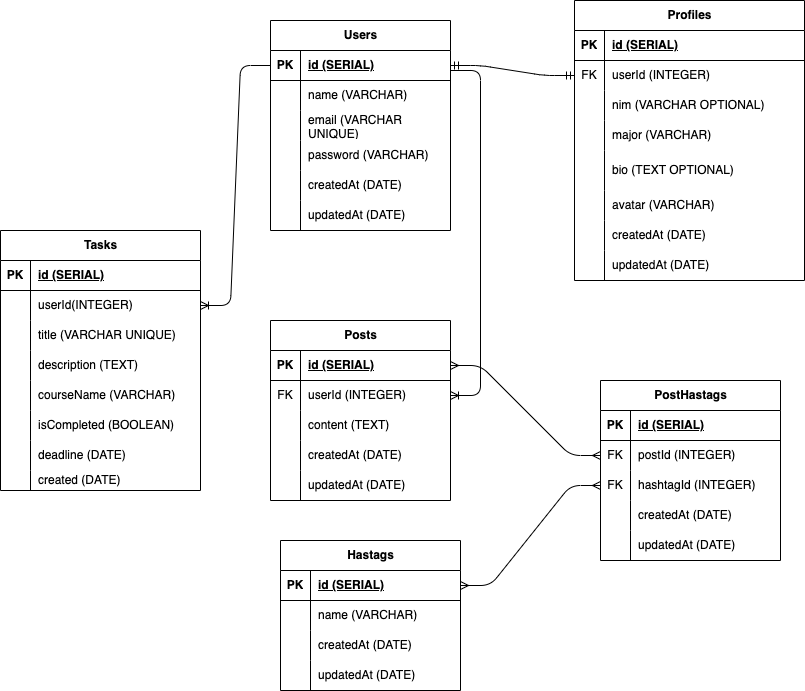
Earlier version of the draw.io export schema.drawio.png (mrusdiana/RemindEdu). Source tidied: cells renumbered, new cells last; positions are measured from the earlier drawing's top-left corner, leaving out a move shared by most shapes.
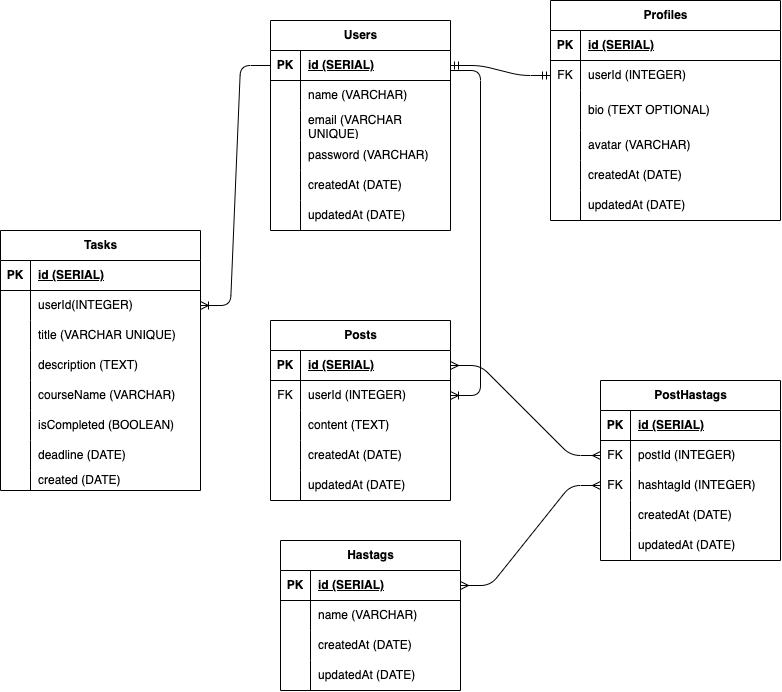
Above is the later version.

Change to the diagram source:
```diff
@@ -78,7 +78,7 @@
       <mxGeometry x="30" width="170" height="20" as="geometry" />
     </mxCell>
     <mxCell id="27" value="Profiles" style="shape=table;startSize=30;rowLines=0;fontStyle=1;align=center;html=1;" parent="1" vertex="1">
-      <mxGeometry x="574" width="230" height="280" as="geometry" />
+      <mxGeometry x="550" width="230" height="220" as="geometry" />
     </mxCell>
     <mxCell id="28" style="shape=tableRow;horizontal=0;startSize=0;swimlaneHead=0;swimlaneBody=0;fillColor=none;top=0;left=0;right=0;bottom=1;" parent="27" vertex="1">
       <mxGeometry y="30" width="230" height="30" as="geometry" />
@@ -98,26 +98,8 @@
     <mxCell id="33" value="userId (INTEGER)" style="shape=partialRectangle;fillColor=none;top=0;left=0;bottom=0;right=0;align=left;spacingLeft=6;overflow=hidden;whiteSpace=wrap;html=1;" parent="31" vertex="1">
       <mxGeometry x="30" width="200" height="30" as="geometry" />
     </mxCell>
-    <mxCell id="34" style="shape=tableRow;horizontal=0;startSize=0;swimlaneHead=0;swimlaneBody=0;fillColor=none;top=0;left=0;right=0;bottom=0;" parent="27" vertex="1">
-      <mxGeometry y="90" width="230" height="30" as="geometry" />
-    </mxCell>
-    <mxCell id="35" style="shape=partialRectangle;fillColor=none;top=0;left=0;bottom=0;right=0;overflow=hidden;whiteSpace=wrap;html=1;" parent="34" vertex="1">
-      <mxGeometry width="30" height="30" as="geometry" />
-    </mxCell>
-    <mxCell id="36" value="nim (VARCHAR OPTIONAL)" style="shape=partialRectangle;fillColor=none;top=0;left=0;bottom=0;right=0;align=left;spacingLeft=6;overflow=hidden;whiteSpace=wrap;html=1;" parent="34" vertex="1">
-      <mxGeometry x="30" width="200" height="30" as="geometry" />
-    </mxCell>
-    <mxCell id="37" style="shape=tableRow;horizontal=0;startSize=0;swimlaneHead=0;swimlaneBody=0;fillColor=none;top=0;left=0;right=0;bottom=0;" parent="27" vertex="1">
-      <mxGeometry y="120" width="230" height="30" as="geometry" />
-    </mxCell>
-    <mxCell id="38" style="shape=partialRectangle;fillColor=none;top=0;left=0;bottom=0;right=0;overflow=hidden;whiteSpace=wrap;html=1;" parent="37" vertex="1">
-      <mxGeometry width="30" height="30" as="geometry" />
-    </mxCell>
-    <mxCell id="39" value="major (VARCHAR)" style="shape=partialRectangle;fillColor=none;top=0;left=0;bottom=0;right=0;align=left;spacingLeft=6;overflow=hidden;whiteSpace=wrap;html=1;" parent="37" vertex="1">
-      <mxGeometry x="30" width="200" height="30" as="geometry" />
-    </mxCell>
     <mxCell id="40" style="shape=tableRow;horizontal=0;startSize=0;swimlaneHead=0;swimlaneBody=0;fillColor=none;top=0;left=0;right=0;bottom=0;" parent="27" vertex="1">
-      <mxGeometry y="150" width="230" height="40" as="geometry" />
+      <mxGeometry y="90" width="230" height="40" as="geometry" />
     </mxCell>
     <mxCell id="41" style="shape=partialRectangle;fillColor=none;top=0;left=0;bottom=0;right=0;overflow=hidden;whiteSpace=wrap;html=1;" parent="40" vertex="1">
       <mxGeometry width="30" height="40" as="geometry" />
@@ -126,7 +108,7 @@
       <mxGeometry x="30" width="200" height="40" as="geometry" />
     </mxCell>
     <mxCell id="43" style="shape=tableRow;horizontal=0;startSize=0;swimlaneHead=0;swimlaneBody=0;fillColor=none;top=0;left=0;right=0;bottom=0;" parent="27" vertex="1">
-      <mxGeometry y="190" width="230" height="30" as="geometry" />
+      <mxGeometry y="130" width="230" height="30" as="geometry" />
     </mxCell>
     <mxCell id="44" style="shape=partialRectangle;fillColor=none;top=0;left=0;bottom=0;right=0;overflow=hidden;whiteSpace=wrap;html=1;" parent="43" vertex="1">
       <mxGeometry width="30" height="30" as="geometry" />
@@ -135,7 +117,7 @@
       <mxGeometry x="30" width="200" height="30" as="geometry" />
     </mxCell>
     <mxCell id="46" style="shape=tableRow;horizontal=0;startSize=0;swimlaneHead=0;swimlaneBody=0;fillColor=none;top=0;left=0;right=0;bottom=0;" parent="27" vertex="1">
-      <mxGeometry y="220" width="230" height="30" as="geometry" />
+      <mxGeometry y="160" width="230" height="30" as="geometry" />
     </mxCell>
     <mxCell id="47" style="shape=partialRectangle;fillColor=none;top=0;left=0;bottom=0;right=0;overflow=hidden;whiteSpace=wrap;html=1;" parent="46" vertex="1">
       <mxGeometry width="30" height="30" as="geometry" />
@@ -144,7 +126,7 @@
       <mxGeometry x="30" width="200" height="30" as="geometry" />
     </mxCell>
     <mxCell id="49" style="shape=tableRow;horizontal=0;startSize=0;swimlaneHead=0;swimlaneBody=0;fillColor=none;top=0;left=0;right=0;bottom=0;" parent="27" vertex="1">
-      <mxGeometry y="250" width="230" height="30" as="geometry" />
+      <mxGeometry y="190" width="230" height="30" as="geometry" />
     </mxCell>
     <mxCell id="50" style="shape=partialRectangle;fillColor=none;top=0;left=0;bottom=0;right=0;overflow=hidden;whiteSpace=wrap;html=1;" parent="49" vertex="1">
       <mxGeometry width="30" height="30" as="geometry" />
```
